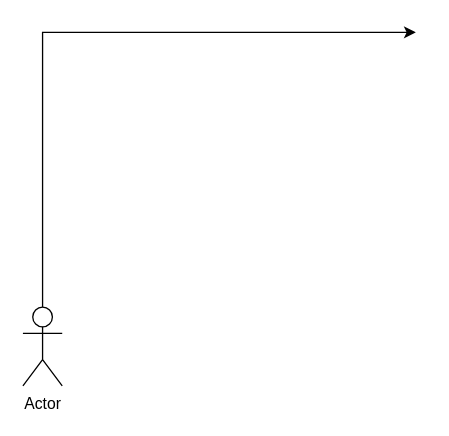
Above: page "Page-1" (1 of 4) of Untitled Diagram.drawio in aldonicolaz/siakad-petrus (draw.io), before the change. Source tidied: cells renumbered, new cells numbered last; positions are measured from the earlier drawing's top-left corner, leaving out a move shared by most shapes. Both pictures are drawn from the tidied source at 131%, with x=0, y=0 at pixel (22, 31).
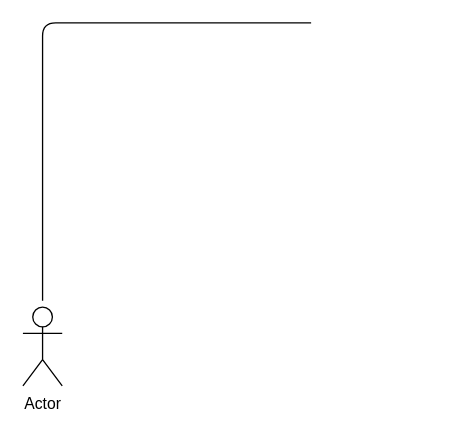
The same page after the edit.

What changed in the source:
```diff
@@
 <mxGraphModel>
   <root>
     <mxCell id="0" />
     <mxCell id="1" parent="0" />
-    <mxCell id="2" style="edgeStyle=orthogonalEdgeStyle;rounded=0;jettySize=auto;html=1;" parent="1" edge="1" source="3">
-      <mxGeometry relative="1" as="geometry">
-        <mxPoint x="299.9" y="0.2" as="targetPoint" />
-        <Array as="points">
-          <mxPoint x="15" />
-        </Array>
-      </mxGeometry>
-    </mxCell>
     <mxCell id="3" value="Actor" style="shape=umlActor;verticalLabelPosition=bottom;labelBackgroundColor=#ffffff;verticalAlign=top;html=1;outlineConnect=0;" parent="1" vertex="1">
       <mxGeometry y="210" width="30" height="60" as="geometry" />
     </mxCell>
+    <mxCell id="4" style="endArrow=none;html=1;edgeStyle=orthogonalEdgeStyle;" parent="1" edge="1">
+      <mxGeometry relative="1" as="geometry">
+        <mxPoint x="15" y="205" as="sourcePoint" />
+        <mxPoint x="220" y="-7" as="targetPoint" />
+        <Array as="points">
+          <mxPoint x="15" y="-7" />
+        </Array>
+      </mxGeometry>
+    </mxCell>
   </root>
 </mxGraphModel>
```
